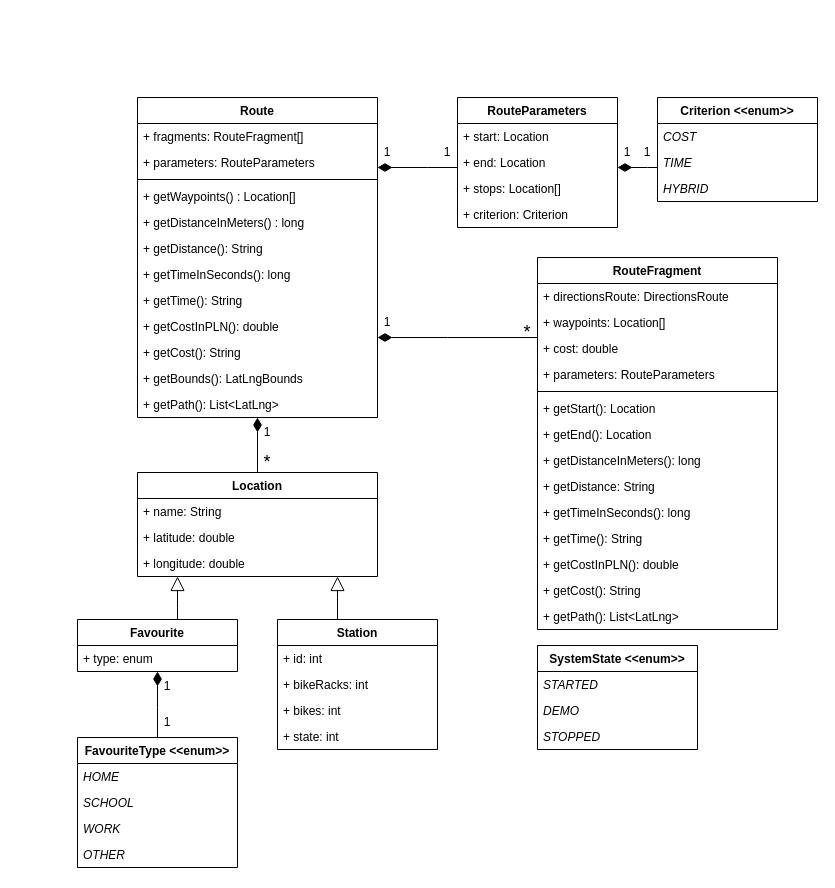
This is diagrams/baseclassdiagram.drawio from Freeturilo/FreeturiloDocumentation, a draw.io file, before an edit. Source tidied: cells renumbered, new cells numbered last; positions are measured from the earlier drawing's top-left corner, leaving out a move shared by most shapes. Both pictures are drawn from the tidied source at 100%, with x=0, y=0 at pixel (77, 97).
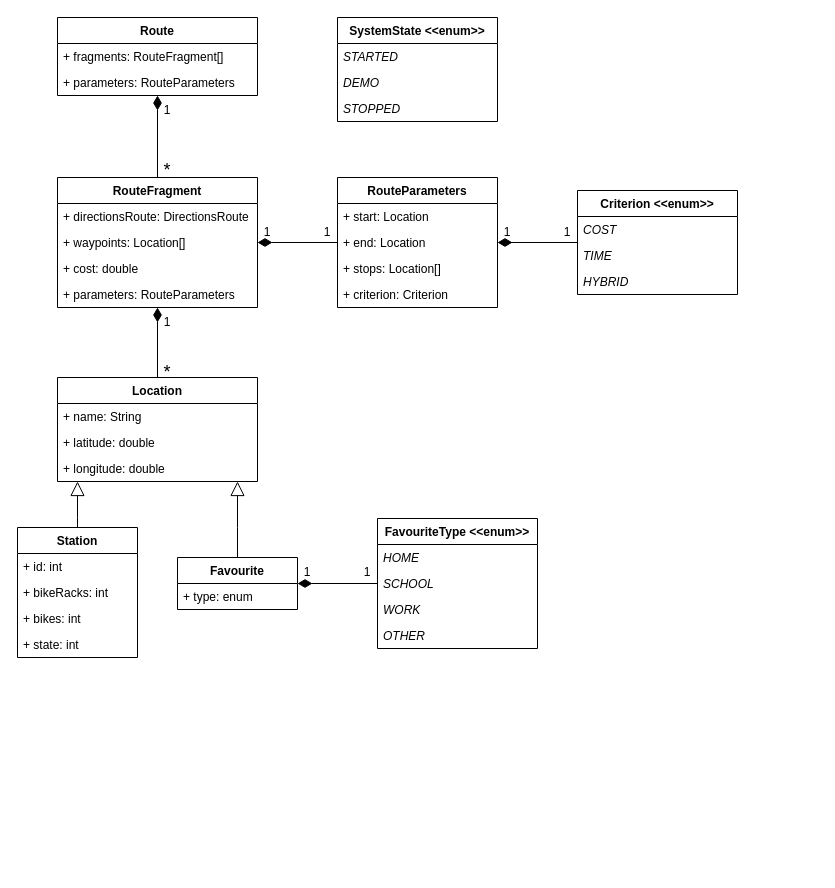
After the change.

Commit message:
Deleted methods from the class diagram

Diff of the diagram source:
```diff
@@
     <mxCell id="2" value="Location" style="swimlane;fontStyle=1;align=center;verticalAlign=top;horizontal=1;startSize=26;" parent="1" vertex="1">
-      <mxGeometry x="60" y="375" width="240" height="104" as="geometry" />
+      <mxGeometry x="-20" y="280" width="200" height="104" as="geometry" />
     </mxCell>
     <mxCell id="3" value="+ name: String&#10;" style="text;strokeColor=none;fillColor=none;align=left;verticalAlign=top;spacingLeft=4;spacingRight=4;overflow=hidden;" parent="2" vertex="1">
-      <mxGeometry y="26" width="240" height="26" as="geometry" />
+      <mxGeometry y="26" width="200" height="26" as="geometry" />
     </mxCell>
     <mxCell id="4" value="+ latitude: double&#10;" style="text;strokeColor=none;fillColor=none;align=left;verticalAlign=top;spacingLeft=4;spacingRight=4;overflow=hidden;" parent="2" vertex="1">
-      <mxGeometry y="52" width="240" height="26" as="geometry" />
+      <mxGeometry y="52" width="200" height="26" as="geometry" />
     </mxCell>
     <mxCell id="5" value="+ longitude: double&#10;" style="text;strokeColor=none;fillColor=none;align=left;verticalAlign=top;spacingLeft=4;spacingRight=4;overflow=hidden;" parent="2" vertex="1">
-      <mxGeometry y="78" width="240" height="26" as="geometry" />
+      <mxGeometry y="78" width="200" height="26" as="geometry" />
     </mxCell>
     <mxCell id="6" style="edgeStyle=orthogonalEdgeStyle;rounded=0;jettySize=auto;html=1;fontSize=12;endArrow=block;endFill=0;endSize=12;" parent="1" edge="1" source="65" target="2">
       <mxGeometry relative="1" as="geometry">
         <Array as="points">
-          <mxPoint x="260" y="500" />
-          <mxPoint x="260" y="500" />
+          <mxPoint y="420" />
+          <mxPoint y="420" />
         </Array>
       </mxGeometry>
     </mxCell>
     <mxCell id="7" style="edgeStyle=orthogonalEdgeStyle;rounded=0;jettySize=auto;html=1;fontSize=12;endArrow=block;endFill=0;endSize=12;" parent="1" edge="1" source="8" target="2">
       <mxGeometry relative="1" as="geometry">
         <Array as="points">
-          <mxPoint x="100" y="510" />
-          <mxPoint x="100" y="510" />
+          <mxPoint x="160" y="430" />
+          <mxPoint x="160" y="430" />
         </Array>
       </mxGeometry>
     </mxCell>
     <mxCell id="8" value="Favourite" style="swimlane;fontStyle=1;align=center;verticalAlign=top;horizontal=1;startSize=26;" parent="1" vertex="1">
-      <mxGeometry y="522" width="160" height="52" as="geometry" />
+      <mxGeometry x="100" y="460" width="120" height="52" as="geometry" />
     </mxCell>
     <mxCell id="9" value="+ type: enum&#10;" style="text;strokeColor=none;fillColor=none;align=left;verticalAlign=top;spacingLeft=4;spacingRight=4;overflow=hidden;" parent="8" vertex="1">
-      <mxGeometry y="26" width="160" height="26" as="geometry" />
+      <mxGeometry y="26" width="120" height="26" as="geometry" />
     </mxCell>
     <mxCell id="10" value="RouteParameters" style="swimlane;fontStyle=1;align=center;verticalAlign=top;horizontal=1;startSize=26;" parent="1" vertex="1">
-      <mxGeometry x="380" width="160" height="130" as="geometry" />
+      <mxGeometry x="260" y="80" width="160" height="130" as="geometry" />
     </mxCell>
@@
     <mxCell id="15" value="Route" style="swimlane;fontStyle=1;align=center;verticalAlign=top;horizontal=1;startSize=26;" parent="1" vertex="1">
-      <mxGeometry x="60" width="240" height="320" as="geometry" />
+      <mxGeometry x="-20" y="-80" width="200" height="78" as="geometry" />
     </mxCell>
     <mxCell id="16" value="+ fragments: RouteFragment[]" style="text;strokeColor=none;fillColor=none;align=left;verticalAlign=top;spacingLeft=4;spacingRight=4;overflow=hidden;fontStyle=0;fontSize=12;" parent="15" vertex="1">
-      <mxGeometry y="26" width="240" height="26" as="geometry" />
+      <mxGeometry y="26" width="200" height="26" as="geometry" />
     </mxCell>
     <mxCell id="17" value="+ parameters: RouteParameters" style="text;strokeColor=none;fillColor=none;align=left;verticalAlign=top;spacingLeft=4;spacingRight=4;overflow=hidden;" parent="15" vertex="1">
-      <mxGeometry y="52" width="240" height="26" as="geometry" />
+      <mxGeometry y="52" width="200" height="26" as="geometry" />
     </mxCell>
-    <mxCell id="18" style="line;strokeWidth=1;fillColor=none;align=left;verticalAlign=middle;spacingTop=-1;spacingLeft=3;spacingRight=3;labelPosition=right;" parent="15" vertex="1">
-      <mxGeometry y="78" width="240" height="8" as="geometry" />
-    </mxCell>
-    <mxCell id="19" value="+ getWaypoints() : Location[]" style="text;strokeColor=none;fillColor=none;align=left;verticalAlign=top;spacingLeft=4;spacingRight=4;overflow=hidden;" parent="15" vertex="1">
-      <mxGeometry y="86" width="240" height="26" as="geometry" />
-    </mxCell>
-    <mxCell id="20" value="+ getDistanceInMeters() : long" style="text;strokeColor=none;fillColor=none;align=left;verticalAlign=top;spacingLeft=4;spacingRight=4;overflow=hidden;" parent="15" vertex="1">
-      <mxGeometry y="112" width="240" height="26" as="geometry" />
-    </mxCell>
-    <mxCell id="21" value="+ getDistance(): String" style="text;strokeColor=none;fillColor=none;align=left;verticalAlign=top;spacingLeft=4;spacingRight=4;overflow=hidden;" parent="15" vertex="1">
-      <mxGeometry y="138" width="240" height="26" as="geometry" />
-    </mxCell>
-    <mxCell id="22" value="+ getTimeInSeconds(): long" style="text;strokeColor=none;fillColor=none;align=left;verticalAlign=top;spacingLeft=4;spacingRight=4;overflow=hidden;" parent="15" vertex="1">
-      <mxGeometry y="164" width="240" height="26" as="geometry" />
-    </mxCell>
-    <mxCell id="23" value="+ getTime(): String" style="text;strokeColor=none;fillColor=none;align=left;verticalAlign=top;spacingLeft=4;spacingRight=4;overflow=hidden;" parent="15" vertex="1">
-      <mxGeometry y="190" width="240" height="26" as="geometry" />
-    </mxCell>
-    <mxCell id="24" value="+ getCostInPLN(): double" style="text;strokeColor=none;fillColor=none;align=left;verticalAlign=top;spacingLeft=4;spacingRight=4;overflow=hidden;" parent="15" vertex="1">
-      <mxGeometry y="216" width="240" height="26" as="geometry" />
-    </mxCell>
-    <mxCell id="25" value="+ getCost(): String" style="text;strokeColor=none;fillColor=none;align=left;verticalAlign=top;spacingLeft=4;spacingRight=4;overflow=hidden;" parent="15" vertex="1">
-      <mxGeometry y="242" width="240" height="26" as="geometry" />
-    </mxCell>
-    <mxCell id="26" value="+ getBounds(): LatLngBounds" style="text;strokeColor=none;fillColor=none;align=left;verticalAlign=top;spacingLeft=4;spacingRight=4;overflow=hidden;" parent="15" vertex="1">
-      <mxGeometry y="268" width="240" height="26" as="geometry" />
-    </mxCell>
-    <mxCell id="27" value="+ getPath(): List&lt;LatLng&gt;" style="text;strokeColor=none;fillColor=none;align=left;verticalAlign=top;spacingLeft=4;spacingRight=4;overflow=hidden;" parent="15" vertex="1">
-      <mxGeometry y="294" width="240" height="26" as="geometry" />
-    </mxCell>
-    <mxCell id="28" style="edgeStyle=orthogonalEdgeStyle;rounded=0;jettySize=auto;html=1;fontSize=12;endArrow=diamondThin;endFill=1;strokeWidth=1;endSize=12;" parent="1" edge="1" source="10" target="15">
-      <mxGeometry relative="1" as="geometry">
-        <Array as="points">
-          <mxPoint x="350" y="70" />
-          <mxPoint x="350" y="70" />
-        </Array>
-      </mxGeometry>
+    <mxCell id="28" style="edgeStyle=orthogonalEdgeStyle;rounded=0;jettySize=auto;html=1;fontSize=12;endArrow=diamondThin;endFill=1;strokeWidth=1;endSize=12;" parent="1" edge="1" source="10" target="34">
+      <mxGeometry relative="1" as="geometry" />
     </mxCell>
     <mxCell id="29" value="1" style="text;html=1;strokeColor=none;fillColor=none;align=center;verticalAlign=middle;whiteSpace=wrap;rounded=0;fontSize=12;" parent="1" vertex="1">
-      <mxGeometry x="300" y="40" width="20" height="30" as="geometry" />
+      <mxGeometry x="240" y="120" width="20" height="30" as="geometry" />
     </mxCell>
     <mxCell id="30" value="1" style="text;html=1;strokeColor=none;fillColor=none;align=center;verticalAlign=middle;whiteSpace=wrap;rounded=0;fontSize=12;" parent="1" vertex="1">
-      <mxGeometry x="360" y="40" width="20" height="30" as="geometry" />
+      <mxGeometry x="180" y="120" width="20" height="30" as="geometry" />
     </mxCell>
-    <mxCell id="31" style="edgeStyle=orthogonalEdgeStyle;rounded=0;jettySize=auto;html=1;fontSize=12;endArrow=diamondThin;endFill=1;strokeWidth=1;endSize=12;" parent="1" edge="1" source="2" target="15">
-      <mxGeometry relative="1" as="geometry">
-        <Array as="points">
-          <mxPoint x="180" y="290" />
-          <mxPoint x="180" y="290" />
-        </Array>
-      </mxGeometry>
+    <mxCell id="31" style="edgeStyle=orthogonalEdgeStyle;rounded=0;jettySize=auto;html=1;fontSize=12;endArrow=diamondThin;endFill=1;strokeWidth=1;endSize=12;" parent="1" edge="1" source="2" target="34">
+      <mxGeometry relative="1" as="geometry" />
     </mxCell>
     <mxCell id="32" value="1" style="text;html=1;strokeColor=none;fillColor=none;align=center;verticalAlign=middle;whiteSpace=wrap;rounded=0;fontSize=12;" parent="1" vertex="1">
-      <mxGeometry x="180" y="320" width="20" height="30" as="geometry" />
+      <mxGeometry x="80" y="210" width="20" height="30" as="geometry" />
     </mxCell>
     <mxCell id="33" value="*" style="text;html=1;strokeColor=none;fillColor=none;align=center;verticalAlign=middle;whiteSpace=wrap;rounded=0;fontSize=18;" parent="1" vertex="1">
-      <mxGeometry x="180" y="350" width="20" height="30" as="geometry" />
+      <mxGeometry x="80" y="260" width="20" height="30" as="geometry" />
     </mxCell>
     <mxCell id="34" value="RouteFragment" style="swimlane;fontStyle=1;align=center;verticalAlign=top;horizontal=1;startSize=26;" parent="1" vertex="1">
-      <mxGeometry x="460" y="160" width="240" height="372" as="geometry" />
+      <mxGeometry x="-20" y="80" width="200" height="130" as="geometry" />
     </mxCell>
     <mxCell id="35" value="+ directionsRoute: DirectionsRoute" style="text;strokeColor=none;fillColor=none;align=left;verticalAlign=top;spacingLeft=4;spacingRight=4;overflow=hidden;fontStyle=0;fontSize=12;" parent="34" vertex="1">
-      <mxGeometry y="26" width="240" height="26" as="geometry" />
+      <mxGeometry y="26" width="200" height="26" as="geometry" />
     </mxCell>
     <mxCell id="36" value="+ waypoints: Location[]" style="text;strokeColor=none;fillColor=none;align=left;verticalAlign=top;spacingLeft=4;spacingRight=4;overflow=hidden;" parent="34" vertex="1">
-      <mxGeometry y="52" width="240" height="26" as="geometry" />
+      <mxGeometry y="52" width="200" height="26" as="geometry" />
     </mxCell>
     <mxCell id="37" value="+ cost: double" style="text;strokeColor=none;fillColor=none;align=left;verticalAlign=top;spacingLeft=4;spacingRight=4;overflow=hidden;" parent="34" vertex="1">
-      <mxGeometry y="78" width="240" height="26" as="geometry" />
+      <mxGeometry y="78" width="200" height="26" as="geometry" />
     </mxCell>
     <mxCell id="38" value="+ parameters: RouteParameters" style="text;strokeColor=none;fillColor=none;align=left;verticalAlign=top;spacingLeft=4;spacingRight=4;overflow=hidden;" parent="34" vertex="1">
-      <mxGeometry y="104" width="240" height="26" as="geometry" />
+      <mxGeometry y="104" width="200" height="26" as="geometry" />
     </mxCell>
-    <mxCell id="39" style="line;strokeWidth=1;fillColor=none;align=left;verticalAlign=middle;spacingTop=-1;spacingLeft=3;spacingRight=3;labelPosition=right;" parent="34" vertex="1">
-      <mxGeometry y="130" width="240" height="8" as="geometry" />
-    </mxCell>
-    <mxCell id="40" value="+ getStart(): Location" style="text;strokeColor=none;fillColor=none;align=left;verticalAlign=top;spacingLeft=4;spacingRight=4;overflow=hidden;" parent="34" vertex="1">
-      <mxGeometry y="138" width="240" height="26" as="geometry" />
-    </mxCell>
-    <mxCell id="41" value="+ getEnd(): Location" style="text;strokeColor=none;fillColor=none;align=left;verticalAlign=top;spacingLeft=4;spacingRight=4;overflow=hidden;" parent="34" vertex="1">
-      <mxGeometry y="164" width="240" height="26" as="geometry" />
-    </mxCell>
-    <mxCell id="42" value="+ getDistanceInMeters(): long" style="text;strokeColor=none;fillColor=none;align=left;verticalAlign=top;spacingLeft=4;spacingRight=4;overflow=hidden;" parent="34" vertex="1">
-      <mxGeometry y="190" width="240" height="26" as="geometry" />
-    </mxCell>
-    <mxCell id="43" value="+ getDistance: String" style="text;strokeColor=none;fillColor=none;align=left;verticalAlign=top;spacingLeft=4;spacingRight=4;overflow=hidden;" parent="34" vertex="1">
-      <mxGeometry y="216" width="240" height="26" as="geometry" />
-    </mxCell>
-    <mxCell id="44" value="+ getTimeInSeconds(): long" style="text;strokeColor=none;fillColor=none;align=left;verticalAlign=top;spacingLeft=4;spacingRight=4;overflow=hidden;" parent="34" vertex="1">
-      <mxGeometry y="242" width="240" height="26" as="geometry" />
-    </mxCell>
-    <mxCell id="45" value="+ getTime(): String" style="text;strokeColor=none;fillColor=none;align=left;verticalAlign=top;spacingLeft=4;spacingRight=4;overflow=hidden;" parent="34" vertex="1">
-      <mxGeometry y="268" width="240" height="26" as="geometry" />
-    </mxCell>
-    <mxCell id="46" value="+ getCostInPLN(): double" style="text;strokeColor=none;fillColor=none;align=left;verticalAlign=top;spacingLeft=4;spacingRight=4;overflow=hidden;" parent="34" vertex="1">
-      <mxGeometry y="294" width="240" height="26" as="geometry" />
-    </mxCell>
-    <mxCell id="47" value="+ getCost(): String" style="text;strokeColor=none;fillColor=none;align=left;verticalAlign=top;spacingLeft=4;spacingRight=4;overflow=hidden;" parent="34" vertex="1">
-      <mxGeometry y="320" width="240" height="26" as="geometry" />
-    </mxCell>
-    <mxCell id="48" value="+ getPath(): List&lt;LatLng&gt;" style="text;strokeColor=none;fillColor=none;align=left;verticalAlign=top;spacingLeft=4;spacingRight=4;overflow=hidden;" parent="34" vertex="1">
-      <mxGeometry y="346" width="240" height="26" as="geometry" />
-    </mxCell>
     <mxCell id="49" value="Criterion &lt;&lt;enum&gt;&gt;" style="swimlane;fontStyle=1;align=center;verticalAlign=top;horizontal=1;startSize=26;" parent="1" vertex="1">
-      <mxGeometry x="580" width="160" height="104" as="geometry" />
+      <mxGeometry x="500" y="93" width="160" height="104" as="geometry" />
     </mxCell>
@@
     <mxCell id="53" value="SystemState &lt;&lt;enum&gt;&gt;" style="swimlane;fontStyle=1;align=center;verticalAlign=top;horizontal=1;startSize=26;" parent="1" vertex="1">
-      <mxGeometry x="460" y="548" width="160" height="104" as="geometry" />
+      <mxGeometry x="260" y="-80" width="160" height="104" as="geometry" />
     </mxCell>
@@
     <mxCell id="57" value="FavouriteType &lt;&lt;enum&gt;&gt;" style="swimlane;fontStyle=1;align=center;verticalAlign=top;horizontal=1;startSize=26;" parent="1" vertex="1">
-      <mxGeometry y="640" width="160" height="130" as="geometry" />
+      <mxGeometry x="300" y="421" width="160" height="130" as="geometry" />
     </mxCell>
@@
     <mxCell id="62" style="edgeStyle=orthogonalEdgeStyle;rounded=0;jettySize=auto;html=1;fontSize=12;endArrow=diamondThin;endFill=1;strokeWidth=1;endSize=12;" parent="1" edge="1" source="57" target="8">
-      <mxGeometry relative="1" as="geometry">
-        <Array as="points">
-          <mxPoint x="80" y="610" />
-          <mxPoint x="80" y="610" />
-        </Array>
-      </mxGeometry>
+      <mxGeometry relative="1" as="geometry" />
     </mxCell>
     <mxCell id="63" value="1" style="text;html=1;strokeColor=none;fillColor=none;align=center;verticalAlign=middle;whiteSpace=wrap;rounded=0;fontSize=12;" parent="1" vertex="1">
-      <mxGeometry x="80" y="610" width="20" height="30" as="geometry" />
+      <mxGeometry x="280" y="460" width="20" height="30" as="geometry" />
     </mxCell>
     <mxCell id="64" value="1" style="text;html=1;strokeColor=none;fillColor=none;align=center;verticalAlign=middle;whiteSpace=wrap;rounded=0;fontSize=12;" parent="1" vertex="1">
-      <mxGeometry x="80" y="574" width="20" height="30" as="geometry" />
+      <mxGeometry x="220" y="460" width="20" height="30" as="geometry" />
     </mxCell>
     <mxCell id="65" value="Station" style="swimlane;fontStyle=1;align=center;verticalAlign=top;horizontal=1;startSize=26;" parent="1" vertex="1">
-      <mxGeometry x="200" y="522" width="160" height="130" as="geometry" />
+      <mxGeometry x="-60" y="430" width="120" height="130" as="geometry" />
     </mxCell>
     <mxCell id="66" value="+ id: int&#10;" style="text;strokeColor=none;fillColor=none;align=left;verticalAlign=top;spacingLeft=4;spacingRight=4;overflow=hidden;" parent="65" vertex="1">
-      <mxGeometry y="26" width="160" height="26" as="geometry" />
+      <mxGeometry y="26" width="120" height="26" as="geometry" />
     </mxCell>
     <mxCell id="67" value="+ bikeRacks: int" style="text;strokeColor=none;fillColor=none;align=left;verticalAlign=top;spacingLeft=4;spacingRight=4;overflow=hidden;" parent="65" vertex="1">
-      <mxGeometry y="52" width="160" height="26" as="geometry" />
+      <mxGeometry y="52" width="120" height="26" as="geometry" />
     </mxCell>
     <mxCell id="68" value="+ bikes: int" style="text;strokeColor=none;fillColor=none;align=left;verticalAlign=top;spacingLeft=4;spacingRight=4;overflow=hidden;" parent="65" vertex="1">
-      <mxGeometry y="78" width="160" height="26" as="geometry" />
+      <mxGeometry y="78" width="120" height="26" as="geometry" />
     </mxCell>
     <mxCell id="69" value="+ state: int" style="text;strokeColor=none;fillColor=none;align=left;verticalAlign=top;spacingLeft=4;spacingRight=4;overflow=hidden;" parent="65" vertex="1">
-      <mxGeometry y="104" width="160" height="26" as="geometry" />
+      <mxGeometry y="104" width="120" height="26" as="geometry" />
     </mxCell>
     <mxCell id="70" style="edgeStyle=orthogonalEdgeStyle;rounded=0;jettySize=auto;html=1;fontSize=12;endArrow=diamondThin;endFill=1;strokeWidth=1;endSize=12;" parent="1" edge="1" source="49" target="10">
       <mxGeometry relative="1" as="geometry">
         <Array as="points">
-          <mxPoint x="570" y="70" />
-          <mxPoint x="570" y="70" />
+          <mxPoint x="430" y="145" />
+          <mxPoint x="430" y="145" />
         </Array>
       </mxGeometry>
     </mxCell>
     <mxCell id="71" value="1" style="text;html=1;strokeColor=none;fillColor=none;align=center;verticalAlign=middle;whiteSpace=wrap;rounded=0;fontSize=12;" parent="1" vertex="1">
-      <mxGeometry x="540" y="40" width="20" height="30" as="geometry" />
+      <mxGeometry x="480" y="120" width="20" height="30" as="geometry" />
     </mxCell>
     <mxCell id="72" value="1" style="text;html=1;strokeColor=none;fillColor=none;align=center;verticalAlign=middle;whiteSpace=wrap;rounded=0;fontSize=12;" parent="1" vertex="1">
-      <mxGeometry x="560" y="40" width="20" height="30" as="geometry" />
+      <mxGeometry x="420" y="120" width="20" height="30" as="geometry" />
     </mxCell>
     <mxCell id="73" style="edgeStyle=orthogonalEdgeStyle;rounded=0;jettySize=auto;html=1;fontSize=12;endArrow=diamondThin;endFill=1;strokeWidth=1;endSize=12;" parent="1" edge="1" source="34" target="15">
-      <mxGeometry relative="1" as="geometry">
-        <Array as="points">
-          <mxPoint x="370" y="240" />
-          <mxPoint x="370" y="240" />
-        </Array>
-      </mxGeometry>
+      <mxGeometry relative="1" as="geometry" />
     </mxCell>
     <mxCell id="74" value="1" style="text;html=1;strokeColor=none;fillColor=none;align=center;verticalAlign=middle;whiteSpace=wrap;rounded=0;fontSize=12;" parent="1" vertex="1">
-      <mxGeometry x="300" y="210" width="20" height="30" as="geometry" />
+      <mxGeometry x="80" y="-2" width="20" height="30" as="geometry" />
     </mxCell>
     <mxCell id="75" value="*" style="text;html=1;strokeColor=none;fillColor=none;align=center;verticalAlign=middle;whiteSpace=wrap;rounded=0;fontSize=18;" parent="1" vertex="1">
-      <mxGeometry x="440" y="220" width="20" height="30" as="geometry" />
+      <mxGeometry x="80" y="58" width="20" height="30" as="geometry" />
     </mxCell>
```
